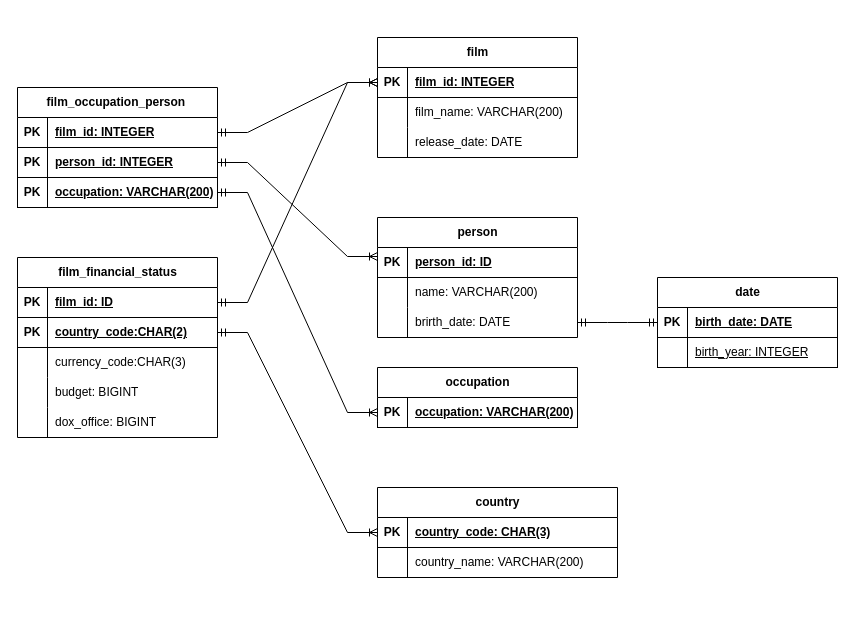
Earlier version of the draw.io diagram lab1/lab1_task2.drawio (ValentinKonstantinov/-Database). Source tidied: cells renumbered, new cells numbered last; positions are measured from the earlier drawing's top-left corner, leaving out a move shared by most shapes. Both pictures are drawn from the tidied source at 100%, with x=0, y=0 at pixel (17, 37).
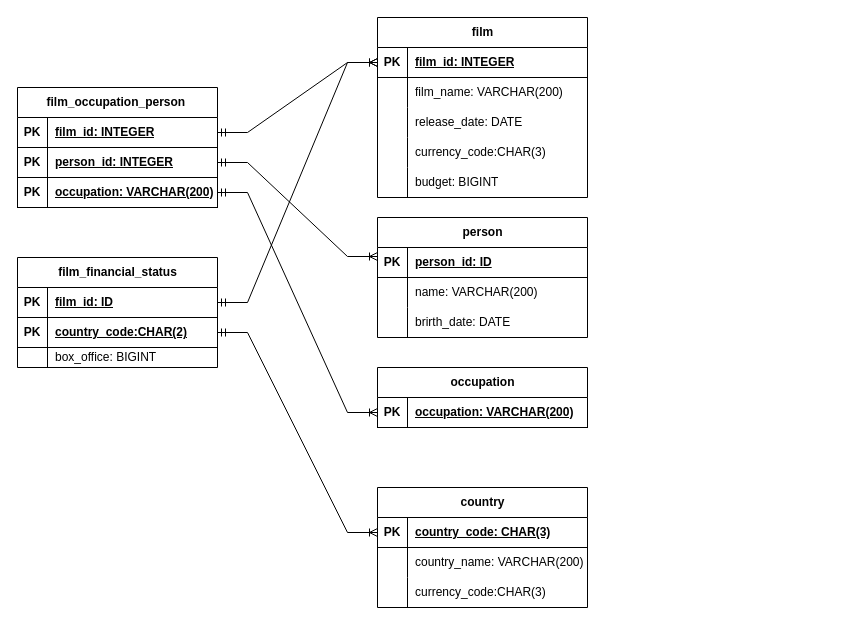
After the change.

Change to the diagram source:
```diff
@@
     <mxCell id="2" value="film" style="shape=table;startSize=30;childLayout=tableLayout;rowLines=0;fontStyle=1;align=center;html=1;" parent="1" vertex="1">
-      <mxGeometry x="360" width="200" height="120" as="geometry" />
+      <mxGeometry x="360" y="-20" width="210" height="180" as="geometry" />
     </mxCell>
     <mxCell id="3" style="shape=tableRow;horizontal=0;startSize=0;swimlaneHead=0;swimlaneBody=0;fillColor=none;points=[[0,0.5],[1,0.5]];portConstraint=eastwest;top=0;left=0;right=0;bottom=1;" parent="2" vertex="1">
-      <mxGeometry y="30" width="200" height="30" as="geometry" />
+      <mxGeometry y="30" width="210" height="30" as="geometry" />
     </mxCell>
@@
     <mxCell id="5" value="film_id:&amp;nbsp;INTEGER" style="shape=partialRectangle;fillColor=none;top=0;left=0;bottom=0;right=0;align=left;spacingLeft=6;fontStyle=5;overflow=hidden;whiteSpace=wrap;html=1;" parent="3" vertex="1">
-      <mxGeometry x="30" width="170" height="30" as="geometry" />
+      <mxGeometry x="30" width="180" height="30" as="geometry" />
     </mxCell>
     <mxCell id="6" style="shape=tableRow;horizontal=0;startSize=0;swimlaneHead=0;swimlaneBody=0;fillColor=none;top=0;left=0;right=0;bottom=0;" parent="2" vertex="1">
-      <mxGeometry y="60" width="200" height="30" as="geometry" />
+      <mxGeometry y="60" width="210" height="30" as="geometry" />
     </mxCell>
@@
     <mxCell id="8" value="film_name:&amp;nbsp;VARCHAR(200)" style="shape=partialRectangle;fillColor=none;top=0;left=0;bottom=0;right=0;align=left;spacingLeft=6;overflow=hidden;whiteSpace=wrap;html=1;" parent="6" vertex="1">
-      <mxGeometry x="30" width="170" height="30" as="geometry" />
+      <mxGeometry x="30" width="180" height="30" as="geometry" />
     </mxCell>
     <mxCell id="9" style="shape=tableRow;horizontal=0;startSize=0;swimlaneHead=0;swimlaneBody=0;fillColor=none;top=0;left=0;right=0;bottom=0;" parent="2" vertex="1">
-      <mxGeometry y="90" width="200" height="30" as="geometry" />
+      <mxGeometry y="90" width="210" height="30" as="geometry" />
     </mxCell>
@@
     <mxCell id="11" value="release_date: DATE" style="shape=partialRectangle;fillColor=none;top=0;left=0;bottom=0;right=0;align=left;spacingLeft=6;overflow=hidden;whiteSpace=wrap;html=1;" parent="9" vertex="1">
-      <mxGeometry x="30" width="170" height="30" as="geometry" />
+      <mxGeometry x="30" width="180" height="30" as="geometry" />
     </mxCell>
+    <mxCell id="72" style="shape=tableRow;horizontal=0;startSize=0;swimlaneHead=0;swimlaneBody=0;fillColor=none;top=0;left=0;right=0;bottom=0;" parent="2" vertex="1">
+      <mxGeometry y="120" width="210" height="30" as="geometry" />
+    </mxCell>
+    <mxCell id="73" style="shape=partialRectangle;fillColor=none;top=0;left=0;bottom=0;right=0;overflow=hidden;whiteSpace=wrap;html=1;" parent="72" vertex="1">
+      <mxGeometry width="30" height="30" as="geometry" />
+    </mxCell>
+    <mxCell id="74" value="currency_code:CHAR(3)" style="shape=partialRectangle;fillColor=none;top=0;left=0;bottom=0;right=0;align=left;spacingLeft=6;overflow=hidden;whiteSpace=wrap;html=1;" parent="72" vertex="1">
+      <mxGeometry x="30" width="180" height="30" as="geometry" />
+    </mxCell>
+    <mxCell id="75" style="shape=tableRow;horizontal=0;startSize=0;swimlaneHead=0;swimlaneBody=0;fillColor=none;top=0;left=0;right=0;bottom=0;" parent="2" vertex="1">
+      <mxGeometry y="150" width="210" height="30" as="geometry" />
+    </mxCell>
+    <mxCell id="76" style="shape=partialRectangle;fillColor=none;top=0;left=0;bottom=0;right=0;overflow=hidden;whiteSpace=wrap;html=1;" parent="75" vertex="1">
+      <mxGeometry width="30" height="30" as="geometry" />
+    </mxCell>
+    <mxCell id="34" value="budget: BIGINT" style="shape=partialRectangle;fillColor=none;top=0;left=0;bottom=0;right=0;align=left;spacingLeft=6;overflow=hidden;whiteSpace=wrap;html=1;" parent="75" vertex="1">
+      <mxGeometry x="30" width="180" height="30" as="geometry" />
+    </mxCell>
     <mxCell id="12" value="person" style="shape=table;startSize=30;childLayout=tableLayout;rowLines=0;fontStyle=1;align=center;html=1;" parent="1" vertex="1">
-      <mxGeometry x="360" y="180" width="200" height="120" as="geometry" />
+      <mxGeometry x="360" y="180" width="210" height="120" as="geometry" />
     </mxCell>
     <mxCell id="13" style="shape=tableRow;horizontal=0;startSize=0;swimlaneHead=0;swimlaneBody=0;fillColor=none;points=[[0,0.5],[1,0.5]];portConstraint=eastwest;top=0;left=0;right=0;bottom=1;" parent="12" vertex="1">
-      <mxGeometry y="30" width="200" height="30" as="geometry" />
+      <mxGeometry y="30" width="210" height="30" as="geometry" />
     </mxCell>
@@
     <mxCell id="15" value="person_id: ID" style="shape=partialRectangle;fillColor=none;top=0;left=0;bottom=0;right=0;align=left;spacingLeft=6;fontStyle=5;overflow=hidden;whiteSpace=wrap;html=1;" parent="13" vertex="1">
-      <mxGeometry x="30" width="170" height="30" as="geometry" />
+      <mxGeometry x="30" width="180" height="30" as="geometry" />
     </mxCell>
     <mxCell id="16" style="shape=tableRow;horizontal=0;startSize=0;swimlaneHead=0;swimlaneBody=0;fillColor=none;top=0;left=0;right=0;bottom=0;" parent="12" vertex="1">
-      <mxGeometry y="60" width="200" height="30" as="geometry" />
+      <mxGeometry y="60" width="210" height="30" as="geometry" />
     </mxCell>
@@
     <mxCell id="18" value="name:&amp;nbsp;VARCHAR(200)" style="shape=partialRectangle;fillColor=none;top=0;left=0;bottom=0;right=0;align=left;spacingLeft=6;overflow=hidden;whiteSpace=wrap;html=1;" parent="16" vertex="1">
-      <mxGeometry x="30" width="170" height="30" as="geometry" />
+      <mxGeometry x="30" width="180" height="30" as="geometry" />
     </mxCell>
     <mxCell id="19" style="shape=tableRow;horizontal=0;startSize=0;swimlaneHead=0;swimlaneBody=0;fillColor=none;points=[[0,0.5],[1,0.5]];portConstraint=eastwest;top=0;left=0;right=0;bottom=0;" parent="12" vertex="1">
-      <mxGeometry y="90" width="200" height="30" as="geometry" />
+      <mxGeometry y="90" width="210" height="30" as="geometry" />
     </mxCell>
@@
     <mxCell id="21" value="brirth_date: DATE" style="shape=partialRectangle;fillColor=none;top=0;left=0;bottom=0;right=0;align=left;spacingLeft=6;overflow=hidden;whiteSpace=wrap;html=1;" parent="19" vertex="1">
-      <mxGeometry x="30" width="170" height="30" as="geometry" />
+      <mxGeometry x="30" width="180" height="30" as="geometry" />
     </mxCell>
     <mxCell id="22" value="film_financial_status" style="shape=table;startSize=30;childLayout=tableLayout;rowLines=0;fontStyle=1;align=center;html=1;" parent="1" vertex="1">
-      <mxGeometry y="220" width="200" height="180" as="geometry" />
+      <mxGeometry y="220" width="200" height="110" as="geometry" />
     </mxCell>
@@
-    <mxCell id="29" style="shape=tableRow;horizontal=0;startSize=0;swimlaneHead=0;swimlaneBody=0;fillColor=none;top=0;left=0;right=0;bottom=0;" parent="22" vertex="1">
-      <mxGeometry y="90" width="200" height="30" as="geometry" />
-    </mxCell>
-    <mxCell id="30" style="shape=partialRectangle;fillColor=none;top=0;left=0;bottom=0;right=0;overflow=hidden;whiteSpace=wrap;html=1;" parent="29" vertex="1">
-      <mxGeometry width="30" height="30" as="geometry" />
-    </mxCell>
-    <mxCell id="31" value="currency_code:CHAR(3)" style="shape=partialRectangle;fillColor=none;top=0;left=0;bottom=0;right=0;align=left;spacingLeft=6;overflow=hidden;whiteSpace=wrap;html=1;" parent="29" vertex="1">
-      <mxGeometry x="30" width="170" height="30" as="geometry" />
-    </mxCell>
-    <mxCell id="32" style="shape=tableRow;horizontal=0;startSize=0;swimlaneHead=0;swimlaneBody=0;fillColor=none;top=0;left=0;right=0;bottom=0;" parent="22" vertex="1">
-      <mxGeometry y="120" width="200" height="30" as="geometry" />
-    </mxCell>
-    <mxCell id="33" style="shape=partialRectangle;fillColor=none;top=0;left=0;bottom=0;right=0;overflow=hidden;whiteSpace=wrap;html=1;" parent="32" vertex="1">
-      <mxGeometry width="30" height="30" as="geometry" />
-    </mxCell>
-    <mxCell id="34" value="budget: BIGINT" style="shape=partialRectangle;fillColor=none;top=0;left=0;bottom=0;right=0;align=left;spacingLeft=6;overflow=hidden;whiteSpace=wrap;html=1;" parent="32" vertex="1">
-      <mxGeometry x="30" width="170" height="30" as="geometry" />
-    </mxCell>
     <mxCell id="35" style="shape=tableRow;horizontal=0;startSize=0;swimlaneHead=0;swimlaneBody=0;fillColor=none;top=0;left=0;right=0;bottom=0;" parent="22" vertex="1">
-      <mxGeometry y="150" width="200" height="30" as="geometry" />
+      <mxGeometry y="90" width="200" height="20" as="geometry" />
     </mxCell>
     <mxCell id="36" style="shape=partialRectangle;fillColor=none;top=0;left=0;bottom=0;right=0;overflow=hidden;whiteSpace=wrap;html=1;" parent="35" vertex="1">
-      <mxGeometry width="30" height="30" as="geometry" />
+      <mxGeometry width="30" height="20" as="geometry" />
     </mxCell>
-    <mxCell id="37" value="dox_office: BIGINT" style="shape=partialRectangle;fillColor=none;top=0;left=0;bottom=0;right=0;align=left;spacingLeft=6;overflow=hidden;whiteSpace=wrap;html=1;" parent="35" vertex="1">
-      <mxGeometry x="30" width="170" height="30" as="geometry" />
+    <mxCell id="37" value="box_office: BIGINT" style="shape=partialRectangle;fillColor=none;top=0;left=0;bottom=0;right=0;align=left;spacingLeft=6;overflow=hidden;whiteSpace=wrap;html=1;" parent="35" vertex="1">
+      <mxGeometry x="30" width="170" height="20" as="geometry" />
     </mxCell>
-    <mxCell id="38" value="date" style="shape=table;startSize=30;childLayout=tableLayout;rowLines=0;fontStyle=1;align=center;html=1;" parent="1" vertex="1">
-      <mxGeometry x="640" y="240" width="180" height="90" as="geometry" />
-    </mxCell>
-    <mxCell id="39" style="shape=tableRow;horizontal=0;startSize=0;swimlaneHead=0;swimlaneBody=0;fillColor=none;points=[[0,0.5],[1,0.5]];portConstraint=eastwest;top=0;left=0;right=0;bottom=1;" parent="38" vertex="1">
-      <mxGeometry y="30" width="180" height="30" as="geometry" />
-    </mxCell>
-    <mxCell id="40" value="PK" style="shape=partialRectangle;fillColor=none;top=0;left=0;bottom=0;right=0;fontStyle=1;overflow=hidden;whiteSpace=wrap;html=1;" parent="39" vertex="1">
-      <mxGeometry width="30" height="30" as="geometry" />
-    </mxCell>
-    <mxCell id="41" value="birth_date: DATE" style="shape=partialRectangle;fillColor=none;top=0;left=0;bottom=0;right=0;align=left;spacingLeft=6;fontStyle=5;overflow=hidden;whiteSpace=wrap;html=1;" parent="39" vertex="1">
-      <mxGeometry x="30" width="150" height="30" as="geometry" />
-    </mxCell>
-    <mxCell id="42" style="shape=tableRow;horizontal=0;startSize=0;swimlaneHead=0;swimlaneBody=0;fillColor=none;top=0;left=0;right=0;bottom=1;" parent="38" vertex="1">
-      <mxGeometry y="60" width="180" height="30" as="geometry" />
-    </mxCell>
-    <mxCell id="43" style="shape=partialRectangle;fillColor=none;top=0;left=0;bottom=0;right=0;fontStyle=1;overflow=hidden;whiteSpace=wrap;html=1;" parent="42" vertex="1">
-      <mxGeometry width="30" height="30" as="geometry" />
-    </mxCell>
-    <mxCell id="44" value="&lt;span style=&quot;font-weight: normal;&quot;&gt;birth_year: INTEGER&lt;/span&gt;" style="shape=partialRectangle;fillColor=none;top=0;left=0;bottom=0;right=0;align=left;spacingLeft=6;fontStyle=5;overflow=hidden;whiteSpace=wrap;html=1;" parent="42" vertex="1">
-      <mxGeometry x="30" width="150" height="30" as="geometry" />
-    </mxCell>
@@
     <mxCell id="55" value="occupation" style="shape=table;startSize=30;childLayout=tableLayout;rowLines=0;fontStyle=1;align=center;html=1;" parent="1" vertex="1">
-      <mxGeometry x="360" y="330" width="200" height="60" as="geometry" />
+      <mxGeometry x="360" y="330" width="210" height="60" as="geometry" />
     </mxCell>
     <mxCell id="56" style="shape=tableRow;horizontal=0;startSize=0;swimlaneHead=0;swimlaneBody=0;fillColor=none;points=[[0,0.5],[1,0.5]];portConstraint=eastwest;top=0;left=0;right=0;bottom=1;" parent="55" vertex="1">
-      <mxGeometry y="30" width="200" height="30" as="geometry" />
+      <mxGeometry y="30" width="210" height="30" as="geometry" />
     </mxCell>
@@
     <mxCell id="58" value="occupation: VARCHAR(200)" style="shape=partialRectangle;fillColor=none;top=0;left=0;bottom=0;right=0;align=left;spacingLeft=6;fontStyle=5;overflow=hidden;whiteSpace=wrap;html=1;" parent="56" vertex="1">
-      <mxGeometry x="30" width="170" height="30" as="geometry" />
+      <mxGeometry x="30" width="180" height="30" as="geometry" />
     </mxCell>
-    <mxCell id="59" style="edgeStyle=entityRelationEdgeStyle;fontSize=12;html=1;endArrow=ERmandOne;startArrow=ERmandOne;rounded=0;entryX=0;entryY=0.5;entryDx=0;entryDy=0;exitX=1;exitY=0.5;exitDx=0;exitDy=0;" parent="1" edge="1" source="19" target="39">
-      <mxGeometry relative="1" as="geometry" />
-    </mxCell>
@@
     <mxCell id="63" value="country" style="shape=table;startSize=30;childLayout=tableLayout;rowLines=0;fontStyle=1;align=center;html=1;" parent="1" vertex="1">
-      <mxGeometry x="360" y="450" width="240" height="90" as="geometry" />
+      <mxGeometry x="360" y="450" width="210" height="120" as="geometry" />
     </mxCell>
     <mxCell id="64" style="shape=tableRow;horizontal=0;startSize=0;swimlaneHead=0;swimlaneBody=0;fillColor=none;points=[[0,0.5],[1,0.5]];portConstraint=eastwest;top=0;left=0;right=0;bottom=1;" parent="63" vertex="1">
-      <mxGeometry y="30" width="240" height="30" as="geometry" />
+      <mxGeometry y="30" width="210" height="30" as="geometry" />
     </mxCell>
@@
     <mxCell id="66" value="country_code: CHAR(3)" style="shape=partialRectangle;fillColor=none;top=0;left=0;bottom=0;right=0;align=left;spacingLeft=6;fontStyle=5;overflow=hidden;whiteSpace=wrap;html=1;" parent="64" vertex="1">
-      <mxGeometry x="30" width="210" height="30" as="geometry" />
+      <mxGeometry x="30" width="180" height="30" as="geometry" />
     </mxCell>
     <mxCell id="67" style="shape=tableRow;horizontal=0;startSize=0;swimlaneHead=0;swimlaneBody=0;fillColor=none;top=0;left=0;right=0;bottom=0;" parent="63" vertex="1">
-      <mxGeometry y="60" width="240" height="30" as="geometry" />
+      <mxGeometry y="60" width="210" height="30" as="geometry" />
     </mxCell>
@@
     <mxCell id="69" value="country_name: VARCHAR(200)" style="shape=partialRectangle;fillColor=none;top=0;left=0;bottom=0;right=0;align=left;spacingLeft=6;overflow=hidden;whiteSpace=wrap;html=1;" parent="67" vertex="1">
-      <mxGeometry x="30" width="210" height="30" as="geometry" />
+      <mxGeometry x="30" width="180" height="30" as="geometry" />
     </mxCell>
+    <mxCell id="77" style="shape=tableRow;horizontal=0;startSize=0;swimlaneHead=0;swimlaneBody=0;fillColor=none;top=0;left=0;right=0;bottom=0;" parent="63" vertex="1">
+      <mxGeometry y="90" width="210" height="30" as="geometry" />
+    </mxCell>
+    <mxCell id="78" style="shape=partialRectangle;fillColor=none;top=0;left=0;bottom=0;right=0;overflow=hidden;whiteSpace=wrap;html=1;" parent="77" vertex="1">
+      <mxGeometry width="30" height="30" as="geometry" />
+    </mxCell>
+    <mxCell id="79" value="currency_code:CHAR(3)" style="shape=partialRectangle;fillColor=none;top=0;left=0;bottom=0;right=0;align=left;spacingLeft=6;overflow=hidden;whiteSpace=wrap;html=1;" parent="77" vertex="1">
+      <mxGeometry x="30" width="180" height="30" as="geometry" />
+    </mxCell>
```
